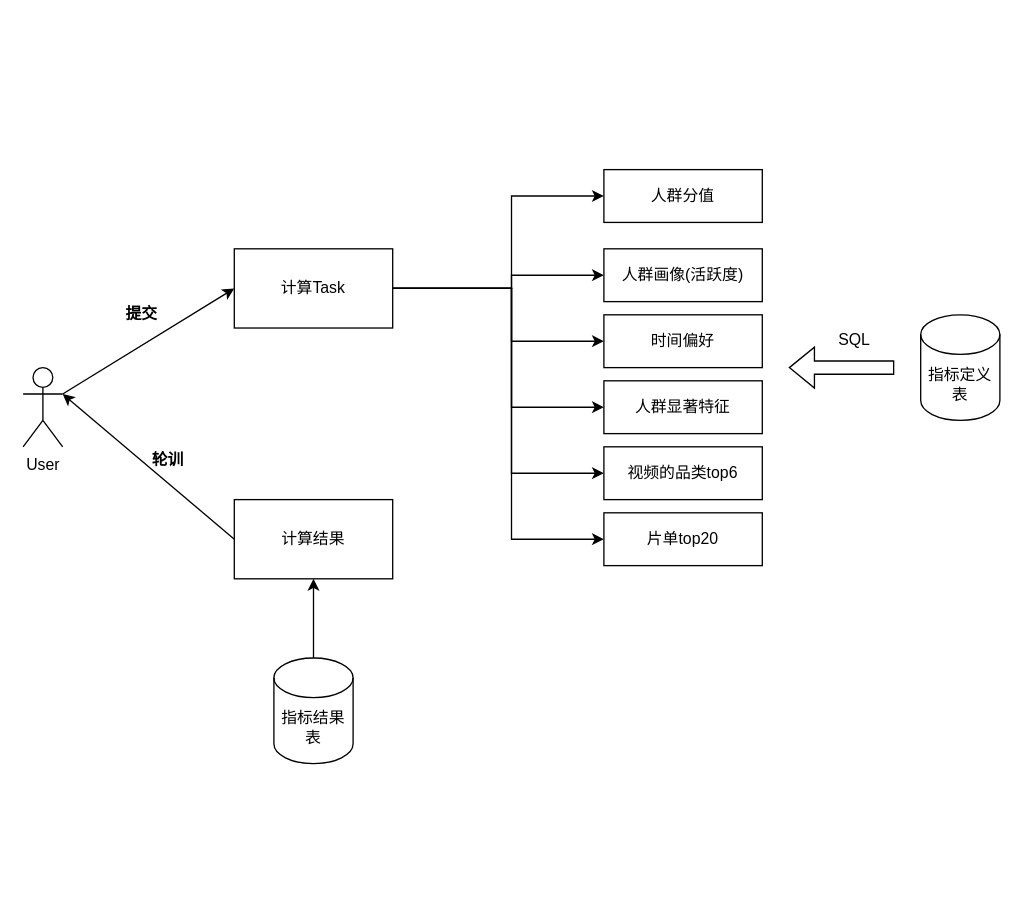
Before: tx_2.3_dataflow.drawio in learn2Pro/draw_io_save, a draw.io diagram. Source tidied: cells renumbered, new cells numbered last; positions are measured from the earlier drawing's top-left corner, leaving out a move shared by most shapes. Both pictures are drawn from the tidied source at 132%, with x=0, y=0 at pixel (22, 169).
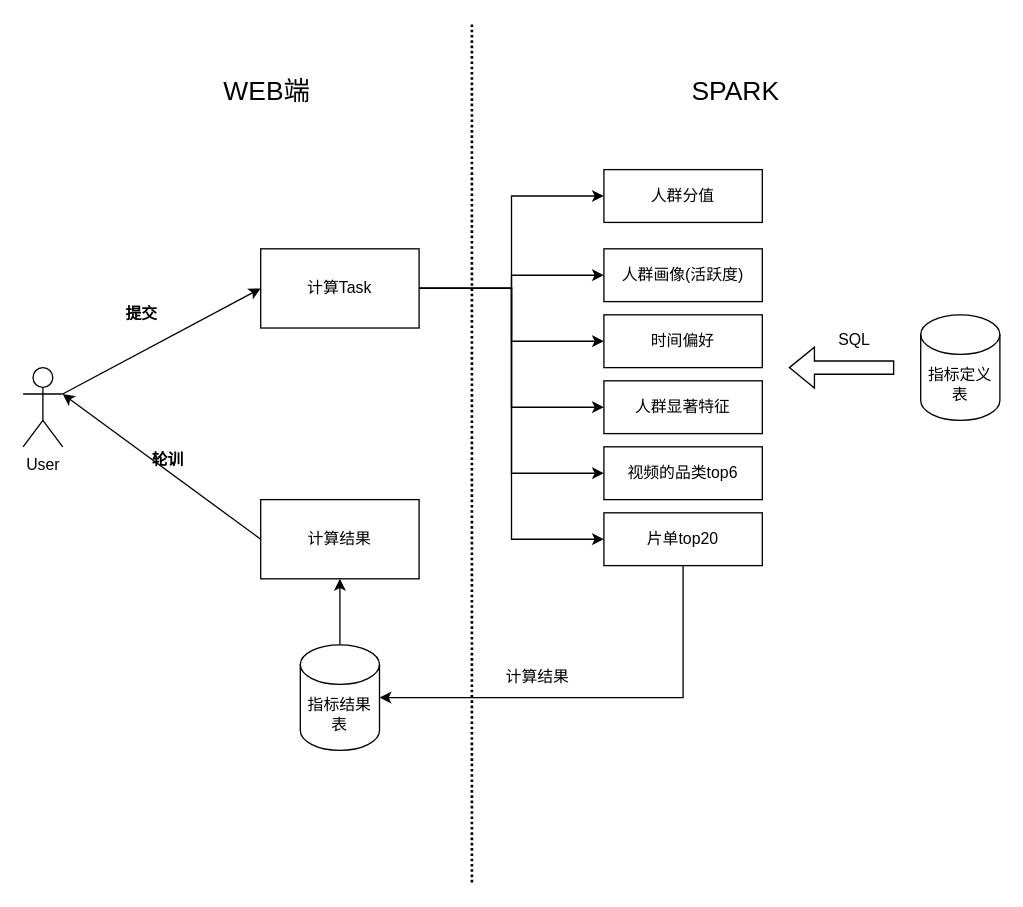
The same diagram, later.

Unchanged cells that the change refers to:
```xml
<mxCell id="22" value="片单top20" style="rounded=0;whiteSpace=wrap;html=1;" parent="1" vertex="1">
  <mxGeometry x="440" y="260" width="120" height="40" as="geometry" />
</mxCell>
```

What changed in the source:
```diff
@@
     <mxCell id="4" value="计算Task" style="rounded=0;whiteSpace=wrap;html=1;" parent="1" vertex="1">
-      <mxGeometry x="160" y="60" width="120" height="60" as="geometry" />
+      <mxGeometry x="180" y="60" width="120" height="60" as="geometry" />
     </mxCell>
@@
     <mxCell id="6" value="计算结果" style="rounded=0;whiteSpace=wrap;html=1;" parent="1" vertex="1">
-      <mxGeometry x="160" y="250" width="120" height="60" as="geometry" />
+      <mxGeometry x="180" y="250" width="120" height="60" as="geometry" />
     </mxCell>
@@
     <mxCell id="17" value="指标结果表" style="shape=cylinder3;whiteSpace=wrap;html=1;boundedLbl=1;backgroundOutline=1;size=15;" parent="1" vertex="1">
-      <mxGeometry x="190" y="370" width="60" height="80" as="geometry" />
+      <mxGeometry x="210" y="360" width="60" height="80" as="geometry" />
     </mxCell>
@@
+    <mxCell id="26" style="endArrow=classic;html=1;rounded=0;strokeColor=#000000;entryX=1;entryY=0.5;entryDx=0;entryDy=0;entryPerimeter=0;exitX=0.5;exitY=1;exitDx=0;exitDy=0;" parent="1" edge="1" source="22" target="17">
+      <mxGeometry relative="1" as="geometry">
+        <Array as="points">
+          <mxPoint x="500" y="400" />
+        </Array>
+      </mxGeometry>
+    </mxCell>
+    <mxCell id="27" value="计算结果" style="text;html=1;strokeColor=none;fillColor=none;align=center;verticalAlign=middle;whiteSpace=wrap;rounded=0;" parent="1" vertex="1">
+      <mxGeometry x="360" y="370" width="60" height="30" as="geometry" />
+    </mxCell>
+    <mxCell id="28" style="endArrow=none;html=1;rounded=0;strokeColor=#000000;strokeWidth=2;dashed=1;dashPattern=1 1;" parent="1" edge="1">
+      <mxGeometry relative="1" as="geometry">
+        <mxPoint x="340" y="540" as="sourcePoint" />
+        <mxPoint x="340" y="-110" as="targetPoint" />
+      </mxGeometry>
+    </mxCell>
+    <mxCell id="29" value="&lt;font style=&quot;font-size: 20px&quot;&gt;WEB端&lt;/font&gt;" style="text;html=1;strokeColor=none;fillColor=none;align=center;verticalAlign=middle;whiteSpace=wrap;rounded=0;" parent="1" vertex="1">
+      <mxGeometry x="110" y="-80" width="150" height="40" as="geometry" />
+    </mxCell>
+    <mxCell id="30" value="&lt;font style=&quot;font-size: 20px&quot;&gt;SPARK&lt;/font&gt;" style="text;html=1;strokeColor=none;fillColor=none;align=center;verticalAlign=middle;whiteSpace=wrap;rounded=0;" parent="1" vertex="1">
+      <mxGeometry x="480" y="-80" width="120" height="40" as="geometry" />
+    </mxCell>
```
